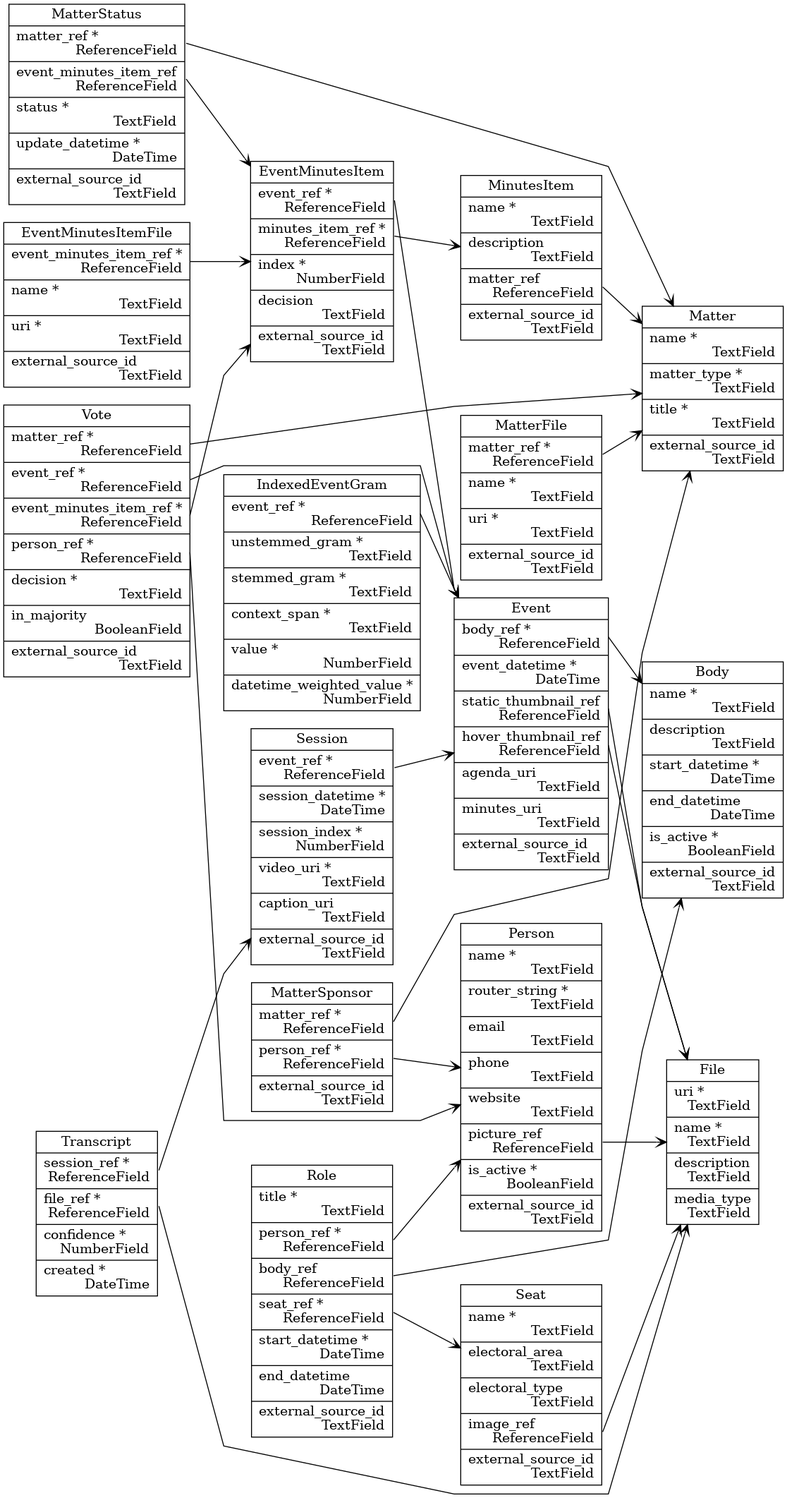
CouncilDataProject/cdp-backend keeps this Graphviz diagram as _images/cdp_database_diagram.png. Above is the earlier version. Its source is kept beside it as _static/cdp_database_diagram.dot. The source it was exported from:
```dot
digraph {
	graph [bgcolor=transparent rankdir=LR splines=compound]
	node [fillcolor=white shape=record style=filled]
	edge [arrowhead=vee]
	Body [label="Body | name *\l  TextField\r|description\l  TextField\r|start_datetime *\l  DateTime\r|end_datetime\l  DateTime\r|is_active *\l  BooleanField\r|external_source_id\l  TextField\r"]
	Event [label="Event | <body_ref> body_ref *\l  ReferenceField\r|event_datetime *\l  DateTime\r|<static_thumbnail_ref> static_thumbnail_ref\l  ReferenceField\r|<hover_thumbnail_ref> hover_thumbnail_ref\l  ReferenceField\r|agenda_uri\l  TextField\r|minutes_uri\l  TextField\r|external_source_id\l  TextField\r"]
	EventMinutesItem [label="EventMinutesItem | <event_ref> event_ref *\l  ReferenceField\r|<minutes_item_ref> minutes_item_ref *\l  ReferenceField\r|index *\l  NumberField\r|decision\l  TextField\r|external_source_id\l  TextField\r"]
	EventMinutesItemFile [label="EventMinutesItemFile | <event_minutes_item_ref> event_minutes_item_ref *\l  ReferenceField\r|name *\l  TextField\r|uri *\l  TextField\r|external_source_id\l  TextField\r"]
	File [label="File | uri *\l  TextField\r|name *\l  TextField\r|description\l  TextField\r|media_type\l  TextField\r"]
	IndexedEventGram [label="IndexedEventGram | <event_ref> event_ref *\l  ReferenceField\r|unstemmed_gram *\l  TextField\r|stemmed_gram *\l  TextField\r|context_span *\l  TextField\r|value *\l  NumberField\r|datetime_weighted_value *\l  NumberField\r"]
	Matter [label="Matter | name *\l  TextField\r|matter_type *\l  TextField\r|title *\l  TextField\r|external_source_id\l  TextField\r"]
	MatterFile [label="MatterFile | <matter_ref> matter_ref *\l  ReferenceField\r|name *\l  TextField\r|uri *\l  TextField\r|external_source_id\l  TextField\r"]
	MatterSponsor [label="MatterSponsor | <matter_ref> matter_ref *\l  ReferenceField\r|<person_ref> person_ref *\l  ReferenceField\r|external_source_id\l  TextField\r"]
	MatterStatus [label="MatterStatus | <matter_ref> matter_ref *\l  ReferenceField\r|<event_minutes_item_ref> event_minutes_item_ref\l  ReferenceField\r|status *\l  TextField\r|update_datetime *\l  DateTime\r|external_source_id\l  TextField\r"]
	MinutesItem [label="MinutesItem | name *\l  TextField\r|description\l  TextField\r|<matter_ref> matter_ref\l  ReferenceField\r|external_source_id\l  TextField\r"]
	Person [label="Person | name *\l  TextField\r|router_string *\l  TextField\r|email\l  TextField\r|phone\l  TextField\r|website\l  TextField\r|<picture_ref> picture_ref\l  ReferenceField\r|is_active *\l  BooleanField\r|external_source_id\l  TextField\r"]
	Role [label="Role | title *\l  TextField\r|<person_ref> person_ref *\l  ReferenceField\r|<body_ref> body_ref\l  ReferenceField\r|<seat_ref> seat_ref *\l  ReferenceField\r|start_datetime *\l  DateTime\r|end_datetime\l  DateTime\r|external_source_id\l  TextField\r"]
	Seat [label="Seat | name *\l  TextField\r|electoral_area\l  TextField\r|electoral_type\l  TextField\r|<image_ref> image_ref\l  ReferenceField\r|external_source_id\l  TextField\r"]
	Session [label="Session | <event_ref> event_ref *\l  ReferenceField\r|session_datetime *\l  DateTime\r|session_index *\l  NumberField\r|video_uri *\l  TextField\r|caption_uri\l  TextField\r|external_source_id\l  TextField\r"]
	Transcript [label="Transcript | <session_ref> session_ref *\l  ReferenceField\r|<file_ref> file_ref *\l  ReferenceField\r|confidence *\l  NumberField\r|created *\l  DateTime\r"]
	Vote [label="Vote | <matter_ref> matter_ref *\l  ReferenceField\r|<event_ref> event_ref *\l  ReferenceField\r|<event_minutes_item_ref> event_minutes_item_ref *\l  ReferenceField\r|<person_ref> person_ref *\l  ReferenceField\r|decision *\l  TextField\r|in_majority\l  BooleanField\r|external_source_id\l  TextField\r"]
	Event:body_ref -> Body
	Event:static_thumbnail_ref -> File
	Event:hover_thumbnail_ref -> File
	EventMinutesItem:event_ref -> Event
	EventMinutesItem:minutes_item_ref -> MinutesItem
	EventMinutesItemFile:event_minutes_item_ref -> EventMinutesItem
	IndexedEventGram:event_ref -> Event
	MatterFile:matter_ref -> Matter
	MatterSponsor:matter_ref -> Matter
	MatterSponsor:person_ref -> Person
	MatterStatus:matter_ref -> Matter
	MatterStatus:event_minutes_item_ref -> EventMinutesItem
	MinutesItem:matter_ref -> Matter
	Person:picture_ref -> File
	Role:person_ref -> Person
	Role:body_ref -> Body
	Role:seat_ref -> Seat
	Seat:image_ref -> File
	Session:event_ref -> Event
	Transcript:session_ref -> Session
	Transcript:file_ref -> File
	Vote:matter_ref -> Matter
	Vote:event_ref -> Event
	Vote:event_minutes_item_ref -> EventMinutesItem
	Vote:person_ref -> Person
}
```
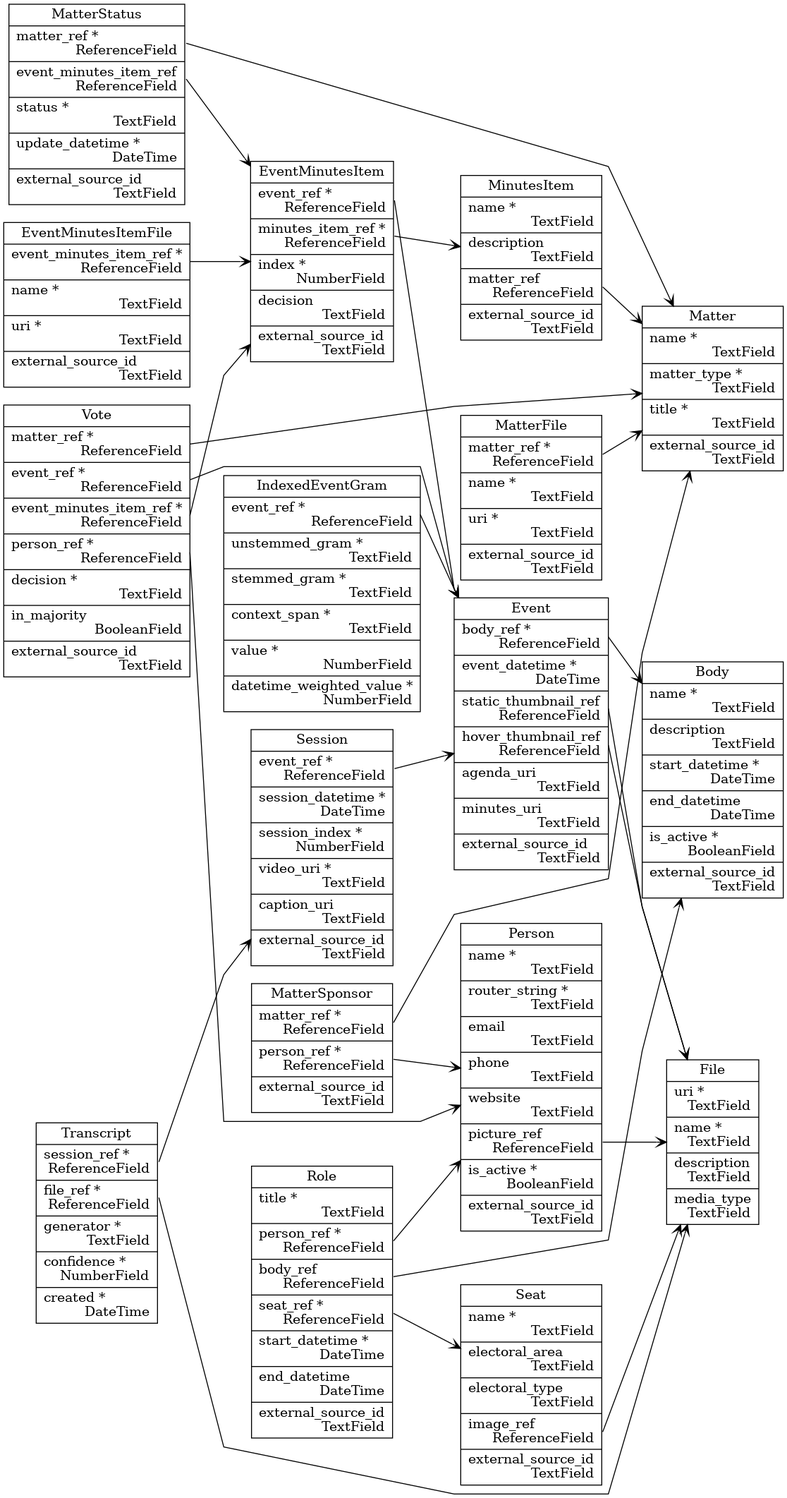
Above is the later version.

What changed in the source:
```diff
@@ -17,7 +17,7 @@
 	Role [label="Role | title *\l  TextField\r|<person_ref> person_ref *\l  ReferenceField\r|<body_ref> body_ref\l  ReferenceField\r|<seat_ref> seat_ref *\l  ReferenceField\r|start_datetime *\l  DateTime\r|end_datetime\l  DateTime\r|external_source_id\l  TextField\r"]
 	Seat [label="Seat | name *\l  TextField\r|electoral_area\l  TextField\r|electoral_type\l  TextField\r|<image_ref> image_ref\l  ReferenceField\r|external_source_id\l  TextField\r"]
 	Session [label="Session | <event_ref> event_ref *\l  ReferenceField\r|session_datetime *\l  DateTime\r|session_index *\l  NumberField\r|video_uri *\l  TextField\r|caption_uri\l  TextField\r|external_source_id\l  TextField\r"]
-	Transcript [label="Transcript | <session_ref> session_ref *\l  ReferenceField\r|<file_ref> file_ref *\l  ReferenceField\r|confidence *\l  NumberField\r|created *\l  DateTime\r"]
+	Transcript [label="Transcript | <session_ref> session_ref *\l  ReferenceField\r|<file_ref> file_ref *\l  ReferenceField\r|generator *\l  TextField\r|confidence *\l  NumberField\r|created *\l  DateTime\r"]
 	Vote [label="Vote | <matter_ref> matter_ref *\l  ReferenceField\r|<event_ref> event_ref *\l  ReferenceField\r|<event_minutes_item_ref> event_minutes_item_ref *\l  ReferenceField\r|<person_ref> person_ref *\l  ReferenceField\r|decision *\l  TextField\r|in_majority\l  BooleanField\r|external_source_id\l  TextField\r"]
 	Event:body_ref -> Body
 	Event:static_thumbnail_ref -> File
```
